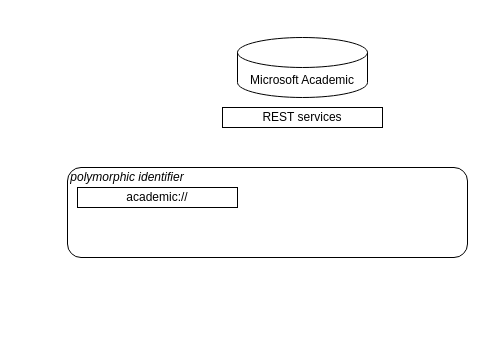
LivelyKernel/lively4-core keeps this draw.io diagram as doc/architecture/academic.drawio. Above is the earlier version. Source tidied: cells renumbered, new cells numbered last; positions are measured from the earlier drawing's top-left corner, leaving out a move shared by most shapes. Both pictures are drawn from the tidied source at 100%, with x=0, y=0 at pixel (67, 37).
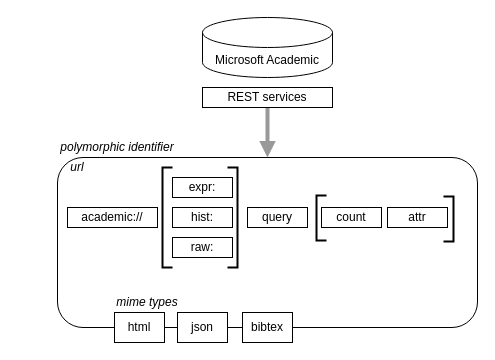
Above is the later version.

Change to the diagram source:
```diff
@@
     <mxCell id="2" style="rounded=1;whiteSpace=wrap;html=1;" parent="1" vertex="1">
-      <mxGeometry y="130" width="400" height="90" as="geometry" />
+      <mxGeometry x="-10" y="120" width="420" height="170" as="geometry" />
     </mxCell>
     <mxCell id="3" value="&lt;span&gt;Microsoft Academic&lt;/span&gt;" style="shape=cylinder3;whiteSpace=wrap;html=1;boundedLbl=1;backgroundOutline=1;size=15;" parent="1" vertex="1">
-      <mxGeometry x="170" width="130" height="60" as="geometry" />
+      <mxGeometry x="135" y="-20" width="130" height="60" as="geometry" />
     </mxCell>
+    <mxCell id="7" style="edgeStyle=orthogonalEdgeStyle;rounded=0;jettySize=auto;html=1;exitX=0.5;exitY=1;exitDx=0;exitDy=0;endArrow=block;endFill=1;strokeWidth=4;strokeColor=#999999;" parent="1" edge="1" source="4" target="2">
+      <mxGeometry relative="1" as="geometry" />
+    </mxCell>
     <mxCell id="4" value="REST services" style="rounded=0;whiteSpace=wrap;html=1;" parent="1" vertex="1">
-      <mxGeometry x="155" y="70" width="160" height="20" as="geometry" />
+      <mxGeometry x="135" y="50" width="130" height="20" as="geometry" />
     </mxCell>
     <mxCell id="5" value="academic://" style="rounded=0;whiteSpace=wrap;html=1;" parent="1" vertex="1">
-      <mxGeometry x="10" y="150" width="160" height="20" as="geometry" />
+      <mxGeometry y="170" width="90" height="20" as="geometry" />
     </mxCell>
     <mxCell id="6" value="polymorphic identifier" style="text;html=1;strokeColor=none;fillColor=none;align=center;verticalAlign=middle;whiteSpace=wrap;rounded=0;fontStyle=2;" parent="1" vertex="1">
-      <mxGeometry y="130" width="120" height="20" as="geometry" />
+      <mxGeometry x="-10" y="100" width="120" height="20" as="geometry" />
     </mxCell>
+    <mxCell id="8" value="expr:" style="rounded=0;whiteSpace=wrap;html=1;" parent="1" vertex="1">
+      <mxGeometry x="105" y="140" width="60" height="20" as="geometry" />
+    </mxCell>
+    <mxCell id="9" value="hist:" style="rounded=0;whiteSpace=wrap;html=1;" parent="1" vertex="1">
+      <mxGeometry x="105" y="170" width="60" height="20" as="geometry" />
+    </mxCell>
+    <mxCell id="10" value="raw:" style="rounded=0;whiteSpace=wrap;html=1;" parent="1" vertex="1">
+      <mxGeometry x="105" y="200" width="60" height="20" as="geometry" />
+    </mxCell>
+    <mxCell id="11" value="query" style="rounded=0;whiteSpace=wrap;html=1;" parent="1" vertex="1">
+      <mxGeometry x="180" y="170" width="60" height="20" as="geometry" />
+    </mxCell>
+    <mxCell id="12" value="count" style="rounded=0;whiteSpace=wrap;html=1;" parent="1" vertex="1">
+      <mxGeometry x="254" y="170" width="60" height="20" as="geometry" />
+    </mxCell>
+    <mxCell id="13" value="attr" style="rounded=0;whiteSpace=wrap;html=1;" parent="1" vertex="1">
+      <mxGeometry x="320" y="170" width="60" height="20" as="geometry" />
+    </mxCell>
+    <mxCell id="14" style="strokeWidth=2;html=1;shape=mxgraph.flowchart.annotation_1;align=left;" parent="1" vertex="1">
+      <mxGeometry x="95" y="130" width="10" height="100" as="geometry" />
+    </mxCell>
+    <mxCell id="15" style="strokeWidth=2;html=1;shape=mxgraph.flowchart.annotation_1;align=left;rotation=-180;" parent="1" vertex="1">
+      <mxGeometry x="160" y="130" width="10" height="100" as="geometry" />
+    </mxCell>
+    <mxCell id="16" style="strokeWidth=2;html=1;shape=mxgraph.flowchart.annotation_1;align=left;" parent="1" vertex="1">
+      <mxGeometry x="249" y="158" width="10" height="45" as="geometry" />
+    </mxCell>
+    <mxCell id="17" style="strokeWidth=2;html=1;shape=mxgraph.flowchart.annotation_1;align=left;rotation=-180;" parent="1" vertex="1">
+      <mxGeometry x="376" y="159" width="10" height="45" as="geometry" />
+    </mxCell>
+    <mxCell id="18" value="html" style="rounded=0;whiteSpace=wrap;html=1;" parent="1" vertex="1">
+      <mxGeometry x="47" y="275" width="50" height="30" as="geometry" />
+    </mxCell>
+    <mxCell id="19" value="json" style="rounded=0;whiteSpace=wrap;html=1;" parent="1" vertex="1">
+      <mxGeometry x="110" y="275" width="50" height="30" as="geometry" />
+    </mxCell>
+    <mxCell id="20" value="bibtex" style="rounded=0;whiteSpace=wrap;html=1;" parent="1" vertex="1">
+      <mxGeometry x="175" y="275" width="50" height="30" as="geometry" />
+    </mxCell>
+    <mxCell id="21" value="mime types" style="text;html=1;strokeColor=none;fillColor=none;align=center;verticalAlign=middle;whiteSpace=wrap;rounded=0;fontStyle=2;" parent="1" vertex="1">
+      <mxGeometry x="20" y="255" width="120" height="20" as="geometry" />
+    </mxCell>
+    <mxCell id="22" value="url" style="text;html=1;strokeColor=none;fillColor=none;align=center;verticalAlign=middle;whiteSpace=wrap;rounded=0;fontStyle=2;" parent="1" vertex="1">
+      <mxGeometry x="-50" y="120" width="120" height="20" as="geometry" />
+    </mxCell>
```
